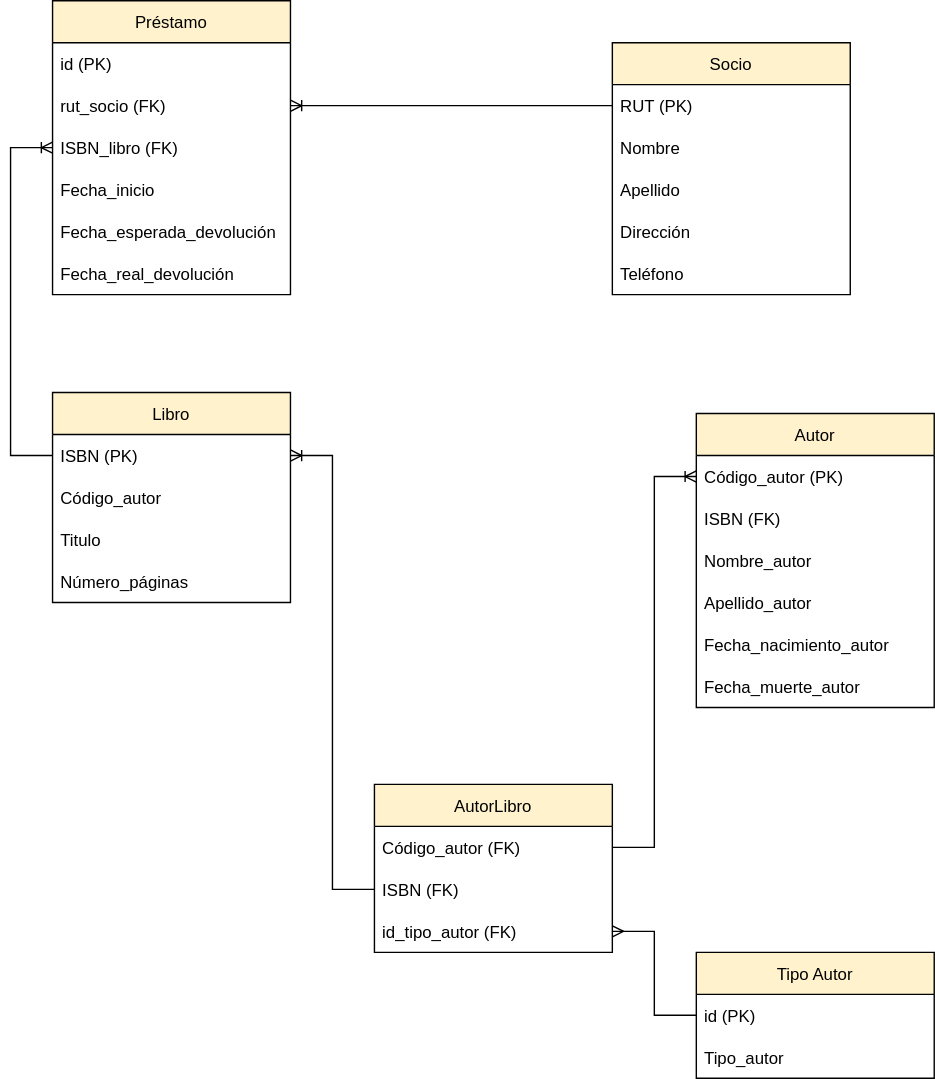
KarQuis/M5---Prueba keeps this draw.io diagram as Biblioteca1-2-3.drawio.svg. Above is the earlier version. Source tidied: cells renumbered, new cells last; positions are measured from the earlier drawing's top-left corner, leaving out a move shared by most shapes. Source of this version:
```xml
<mxGraphModel>
  <root>
    <mxCell id="0" />
    <mxCell id="1" parent="0" />
    <mxCell id="2" value="Préstamo" style="swimlane;fontStyle=0;horizontal=1;startSize=30;fillColor=#FFF2CC;" parent="1" vertex="1">
      <mxGeometry x="30" width="170" height="210" as="geometry" />
    </mxCell>
    <mxCell id="3" value="id (PK)" style="text;strokeColor=none;fillColor=none;align=left;verticalAlign=middle;spacingLeft=4;spacingRight=4;overflow=hidden;" parent="2" vertex="1">
      <mxGeometry y="30" width="170" height="30" as="geometry" />
    </mxCell>
    <mxCell id="4" value="rut_socio (FK)" style="text;strokeColor=none;fillColor=none;align=left;verticalAlign=middle;spacingLeft=4;spacingRight=4;overflow=hidden;points=[[0,0.5],[1,0.5]];portConstraint=eastwest;" parent="2" vertex="1">
      <mxGeometry y="60" width="170" height="30" as="geometry" />
    </mxCell>
    <mxCell id="5" value="ISBN_libro (FK)" style="text;strokeColor=none;fillColor=none;align=left;verticalAlign=middle;spacingLeft=4;spacingRight=4;overflow=hidden;points=[[0,0.5],[1,0.5]];portConstraint=eastwest;" parent="2" vertex="1">
      <mxGeometry y="90" width="170" height="30" as="geometry" />
    </mxCell>
    <mxCell id="6" value="Fecha_inicio" style="text;strokeColor=none;fillColor=none;align=left;verticalAlign=middle;spacingLeft=4;spacingRight=4;overflow=hidden;" parent="2" vertex="1">
      <mxGeometry y="120" width="170" height="30" as="geometry" />
    </mxCell>
    <mxCell id="7" value="Fecha_esperada_devolución" style="text;strokeColor=none;fillColor=none;align=left;verticalAlign=middle;spacingLeft=4;spacingRight=4;overflow=hidden;" parent="2" vertex="1">
      <mxGeometry y="150" width="170" height="30" as="geometry" />
    </mxCell>
    <mxCell id="8" value="Fecha_real_devolución" style="text;strokeColor=none;fillColor=none;align=left;verticalAlign=middle;spacingLeft=4;spacingRight=4;overflow=hidden;" parent="2" vertex="1">
      <mxGeometry y="180" width="170" height="30" as="geometry" />
    </mxCell>
    <mxCell id="9" value="Socio" style="swimlane;fontStyle=0;horizontal=1;startSize=30;fillColor=#FFF2CC;" parent="1" vertex="1">
      <mxGeometry x="430" y="30" width="170" height="180" as="geometry" />
    </mxCell>
    <mxCell id="10" value="RUT (PK)" style="text;strokeColor=none;fillColor=none;align=left;verticalAlign=middle;spacingLeft=4;spacingRight=4;overflow=hidden;points=[[0,0.5],[1,0.5]];portConstraint=eastwest;" parent="9" vertex="1">
      <mxGeometry y="30" width="170" height="30" as="geometry" />
    </mxCell>
    <mxCell id="11" value="Nombre" style="text;strokeColor=none;fillColor=none;align=left;verticalAlign=middle;spacingLeft=4;spacingRight=4;overflow=hidden;" parent="9" vertex="1">
      <mxGeometry y="60" width="170" height="30" as="geometry" />
    </mxCell>
    <mxCell id="12" value="Apellido" style="text;strokeColor=none;fillColor=none;align=left;verticalAlign=middle;spacingLeft=4;spacingRight=4;overflow=hidden;" parent="9" vertex="1">
      <mxGeometry y="90" width="170" height="30" as="geometry" />
    </mxCell>
    <mxCell id="13" value="Dirección" style="text;strokeColor=none;fillColor=none;align=left;verticalAlign=middle;spacingLeft=4;spacingRight=4;overflow=hidden;" parent="9" vertex="1">
      <mxGeometry y="120" width="170" height="30" as="geometry" />
    </mxCell>
    <mxCell id="14" value="Teléfono" style="text;strokeColor=none;fillColor=none;align=left;verticalAlign=middle;spacingLeft=4;spacingRight=4;overflow=hidden;" parent="9" vertex="1">
      <mxGeometry y="150" width="170" height="30" as="geometry" />
    </mxCell>
    <mxCell id="15" value="Libro" style="swimlane;fontStyle=0;horizontal=1;startSize=30;fillColor=#FFF2CC;" parent="1" vertex="1">
      <mxGeometry x="30" y="280" width="170" height="150" as="geometry" />
    </mxCell>
    <mxCell id="16" value="ISBN (PK)" style="text;strokeColor=none;fillColor=none;align=left;verticalAlign=middle;spacingLeft=4;spacingRight=4;overflow=hidden;points=[[0,0.5],[1,0.5]];portConstraint=eastwest;" parent="15" vertex="1">
      <mxGeometry y="30" width="170" height="30" as="geometry" />
    </mxCell>
    <mxCell id="17" value="Código_autor" style="text;strokeColor=none;fillColor=none;align=left;verticalAlign=middle;spacingLeft=4;spacingRight=4;overflow=hidden;" parent="15" vertex="1">
      <mxGeometry y="60" width="170" height="30" as="geometry" />
    </mxCell>
    <mxCell id="18" value="Titulo" style="text;strokeColor=none;fillColor=none;align=left;verticalAlign=middle;spacingLeft=4;spacingRight=4;overflow=hidden;" parent="15" vertex="1">
      <mxGeometry y="90" width="170" height="30" as="geometry" />
    </mxCell>
    <mxCell id="19" value="Número_páginas" style="text;strokeColor=none;fillColor=none;align=left;verticalAlign=middle;spacingLeft=4;spacingRight=4;overflow=hidden;" parent="15" vertex="1">
      <mxGeometry y="120" width="170" height="30" as="geometry" />
    </mxCell>
    <mxCell id="20" style="edgeStyle=entityRelationEdgeStyle;fontSize=12;html=1;endArrow=ERoneToMany;rounded=0;exitX=0;exitY=0.5;exitDx=0;exitDy=0;entryX=1;entryY=0.5;entryDx=0;entryDy=0;" parent="1" edge="1" source="10" target="4">
      <mxGeometry relative="1" as="geometry" />
    </mxCell>
    <mxCell id="21" style="fontSize=12;html=1;endArrow=ERoneToMany;rounded=0;exitX=0;exitY=0.5;exitDx=0;exitDy=0;entryX=0;entryY=0.5;entryDx=0;entryDy=0;edgeStyle=orthogonalEdgeStyle;" parent="1" edge="1" source="16" target="5">
      <mxGeometry relative="1" as="geometry">
        <Array as="points">
          <mxPoint y="325" />
          <mxPoint y="105" />
        </Array>
      </mxGeometry>
    </mxCell>
    <mxCell id="22" value="Autor" style="swimlane;fontStyle=0;horizontal=1;startSize=30;fillColor=#FFF2CC;" parent="1" vertex="1">
      <mxGeometry x="490" y="295" width="170" height="210" as="geometry" />
    </mxCell>
    <mxCell id="23" value="Código_autor (PK)" style="text;strokeColor=none;fillColor=none;align=left;verticalAlign=middle;spacingLeft=4;spacingRight=4;overflow=hidden;points=[[0,0.5],[1,0.5]];portConstraint=eastwest;" parent="22" vertex="1">
      <mxGeometry y="30" width="170" height="30" as="geometry" />
    </mxCell>
    <mxCell id="24" value="ISBN (FK)" style="text;strokeColor=none;fillColor=none;align=left;verticalAlign=middle;spacingLeft=4;spacingRight=4;overflow=hidden;" parent="22" vertex="1">
      <mxGeometry y="60" width="170" height="30" as="geometry" />
    </mxCell>
    <mxCell id="25" value="Nombre_autor" style="text;strokeColor=none;fillColor=none;align=left;verticalAlign=middle;spacingLeft=4;spacingRight=4;overflow=hidden;" parent="22" vertex="1">
      <mxGeometry y="90" width="170" height="30" as="geometry" />
    </mxCell>
    <mxCell id="26" value="Apellido_autor" style="text;strokeColor=none;fillColor=none;align=left;verticalAlign=middle;spacingLeft=4;spacingRight=4;overflow=hidden;" parent="22" vertex="1">
      <mxGeometry y="120" width="170" height="30" as="geometry" />
    </mxCell>
    <mxCell id="27" value="Fecha_nacimiento_autor" style="text;strokeColor=none;fillColor=none;align=left;verticalAlign=middle;spacingLeft=4;spacingRight=4;overflow=hidden;" parent="22" vertex="1">
      <mxGeometry y="150" width="170" height="30" as="geometry" />
    </mxCell>
    <mxCell id="28" value="Fecha_muerte_autor" style="text;strokeColor=none;fillColor=none;align=left;verticalAlign=middle;spacingLeft=4;spacingRight=4;overflow=hidden;" parent="22" vertex="1">
      <mxGeometry y="180" width="170" height="30" as="geometry" />
    </mxCell>
    <mxCell id="29" value="AutorLibro" style="swimlane;fontStyle=0;horizontal=1;startSize=30;fillColor=#FFF2CC;" parent="1" vertex="1">
      <mxGeometry x="260" y="560" width="170" height="120" as="geometry" />
    </mxCell>
    <mxCell id="30" value="Código_autor (FK)" style="text;strokeColor=none;fillColor=none;align=left;verticalAlign=middle;spacingLeft=4;spacingRight=4;overflow=hidden;points=[[0,0.5],[1,0.5]];portConstraint=eastwest;" parent="29" vertex="1">
      <mxGeometry y="30" width="170" height="30" as="geometry" />
    </mxCell>
    <mxCell id="31" value="ISBN (FK)" style="text;strokeColor=none;fillColor=none;align=left;verticalAlign=middle;spacingLeft=4;spacingRight=4;overflow=hidden;points=[[0,0.5],[1,0.5]];portConstraint=eastwest;" parent="29" vertex="1">
      <mxGeometry y="60" width="170" height="30" as="geometry" />
    </mxCell>
    <mxCell id="32" value="id_tipo_autor (FK)" style="text;strokeColor=none;fillColor=none;align=left;verticalAlign=middle;spacingLeft=4;spacingRight=4;overflow=hidden;points=[[0,0.5],[1,0.5]];portConstraint=eastwest;" parent="29" vertex="1">
      <mxGeometry y="90" width="170" height="30" as="geometry" />
    </mxCell>
    <mxCell id="33" style="edgeStyle=entityRelationEdgeStyle;fontSize=12;html=1;endArrow=ERoneToMany;rounded=0;exitX=1;exitY=0.5;exitDx=0;exitDy=0;entryX=0;entryY=0.5;entryDx=0;entryDy=0;" parent="1" edge="1" source="30" target="23">
      <mxGeometry relative="1" as="geometry" />
    </mxCell>
    <mxCell id="34" style="edgeStyle=entityRelationEdgeStyle;fontSize=12;html=1;endArrow=ERoneToMany;rounded=0;exitX=0;exitY=0.5;exitDx=0;exitDy=0;entryX=1;entryY=0.5;entryDx=0;entryDy=0;" parent="1" edge="1" source="31" target="16">
      <mxGeometry relative="1" as="geometry" />
    </mxCell>
    <mxCell id="35" value="Tipo Autor" style="swimlane;fontStyle=0;horizontal=1;startSize=30;fillColor=#FFF2CC;" parent="1" vertex="1">
      <mxGeometry x="490" y="680" width="170" height="90" as="geometry" />
    </mxCell>
    <mxCell id="36" value="id (PK)" style="text;strokeColor=none;fillColor=none;align=left;verticalAlign=middle;spacingLeft=4;spacingRight=4;overflow=hidden;" parent="35" vertex="1">
      <mxGeometry y="30" width="170" height="30" as="geometry" />
    </mxCell>
    <mxCell id="37" value="Tipo_autor" style="text;strokeColor=none;fillColor=none;align=left;verticalAlign=middle;spacingLeft=4;spacingRight=4;overflow=hidden;" parent="35" vertex="1">
      <mxGeometry y="60" width="170" height="30" as="geometry" />
    </mxCell>
    <mxCell id="38" style="edgeStyle=entityRelationEdgeStyle;fontSize=12;html=1;endArrow=ERmany;rounded=0;exitX=0;exitY=0.5;exitDx=0;exitDy=0;entryX=1;entryY=0.5;entryDx=0;entryDy=0;" parent="1" edge="1" source="35" target="32">
      <mxGeometry relative="1" as="geometry" />
    </mxCell>
  </root>
</mxGraphModel>
```
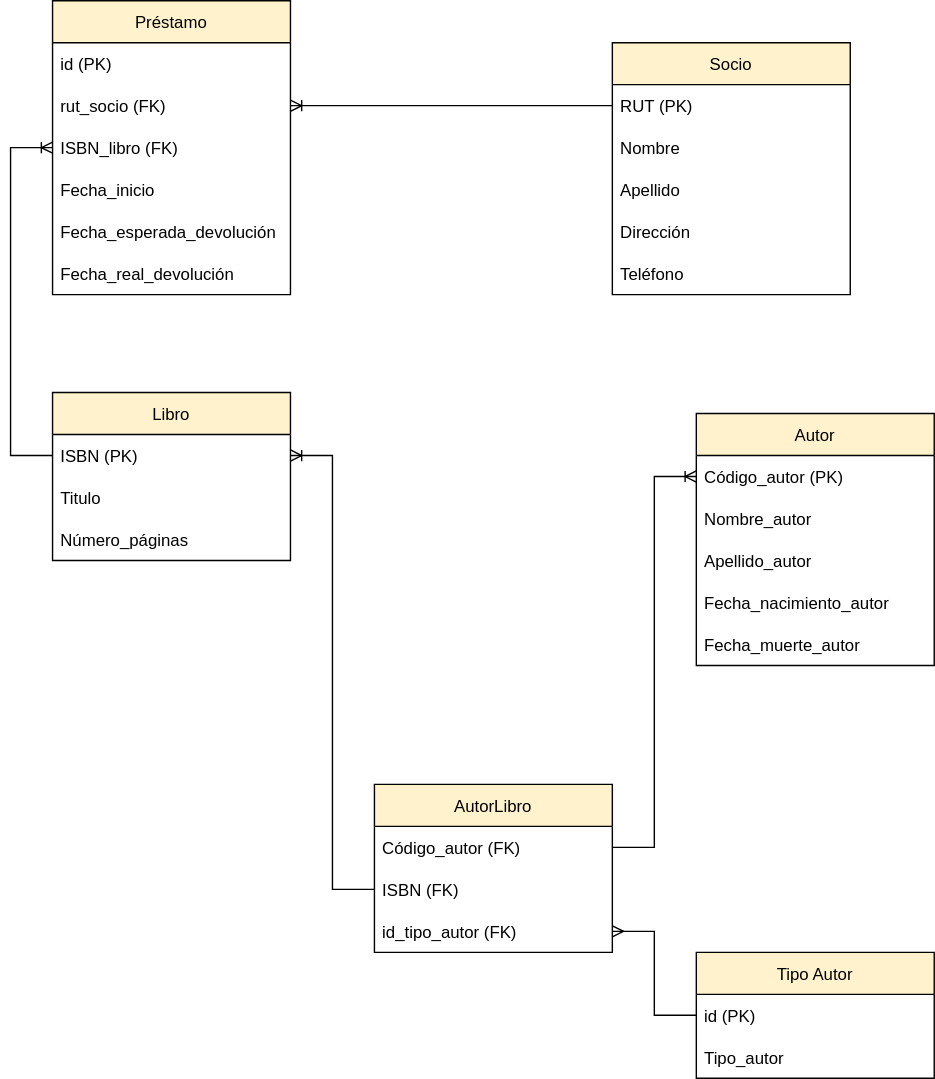
After the change.

Commit message:
Modelo Lógico - 3FN

The edit, as a diff of the source:
```diff
@@ -42,19 +42,16 @@
       <mxGeometry y="150" width="170" height="30" as="geometry" />
     </mxCell>
     <mxCell id="15" value="Libro" style="swimlane;fontStyle=0;horizontal=1;startSize=30;fillColor=#FFF2CC;" parent="1" vertex="1">
-      <mxGeometry x="30" y="280" width="170" height="150" as="geometry" />
+      <mxGeometry x="30" y="280" width="170" height="120" as="geometry" />
     </mxCell>
     <mxCell id="16" value="ISBN (PK)" style="text;strokeColor=none;fillColor=none;align=left;verticalAlign=middle;spacingLeft=4;spacingRight=4;overflow=hidden;points=[[0,0.5],[1,0.5]];portConstraint=eastwest;" parent="15" vertex="1">
       <mxGeometry y="30" width="170" height="30" as="geometry" />
     </mxCell>
-    <mxCell id="17" value="Código_autor" style="text;strokeColor=none;fillColor=none;align=left;verticalAlign=middle;spacingLeft=4;spacingRight=4;overflow=hidden;" parent="15" vertex="1">
-      <mxGeometry y="60" width="170" height="30" as="geometry" />
-    </mxCell>
     <mxCell id="18" value="Titulo" style="text;strokeColor=none;fillColor=none;align=left;verticalAlign=middle;spacingLeft=4;spacingRight=4;overflow=hidden;" parent="15" vertex="1">
-      <mxGeometry y="90" width="170" height="30" as="geometry" />
+      <mxGeometry y="60" width="170" height="30" as="geometry" />
     </mxCell>
     <mxCell id="19" value="Número_páginas" style="text;strokeColor=none;fillColor=none;align=left;verticalAlign=middle;spacingLeft=4;spacingRight=4;overflow=hidden;" parent="15" vertex="1">
-      <mxGeometry y="120" width="170" height="30" as="geometry" />
+      <mxGeometry y="90" width="170" height="30" as="geometry" />
     </mxCell>
     <mxCell id="20" style="edgeStyle=entityRelationEdgeStyle;fontSize=12;html=1;endArrow=ERoneToMany;rounded=0;exitX=0;exitY=0.5;exitDx=0;exitDy=0;entryX=1;entryY=0.5;entryDx=0;entryDy=0;" parent="1" edge="1" source="10" target="4">
       <mxGeometry relative="1" as="geometry" />
@@ -68,25 +65,22 @@
       </mxGeometry>
     </mxCell>
     <mxCell id="22" value="Autor" style="swimlane;fontStyle=0;horizontal=1;startSize=30;fillColor=#FFF2CC;" parent="1" vertex="1">
-      <mxGeometry x="490" y="295" width="170" height="210" as="geometry" />
+      <mxGeometry x="490" y="295" width="170" height="180" as="geometry" />
     </mxCell>
     <mxCell id="23" value="Código_autor (PK)" style="text;strokeColor=none;fillColor=none;align=left;verticalAlign=middle;spacingLeft=4;spacingRight=4;overflow=hidden;points=[[0,0.5],[1,0.5]];portConstraint=eastwest;" parent="22" vertex="1">
       <mxGeometry y="30" width="170" height="30" as="geometry" />
     </mxCell>
-    <mxCell id="24" value="ISBN (FK)" style="text;strokeColor=none;fillColor=none;align=left;verticalAlign=middle;spacingLeft=4;spacingRight=4;overflow=hidden;" parent="22" vertex="1">
-      <mxGeometry y="60" width="170" height="30" as="geometry" />
-    </mxCell>
     <mxCell id="25" value="Nombre_autor" style="text;strokeColor=none;fillColor=none;align=left;verticalAlign=middle;spacingLeft=4;spacingRight=4;overflow=hidden;" parent="22" vertex="1">
-      <mxGeometry y="90" width="170" height="30" as="geometry" />
+      <mxGeometry y="60" width="170" height="30" as="geometry" />
     </mxCell>
     <mxCell id="26" value="Apellido_autor" style="text;strokeColor=none;fillColor=none;align=left;verticalAlign=middle;spacingLeft=4;spacingRight=4;overflow=hidden;" parent="22" vertex="1">
-      <mxGeometry y="120" width="170" height="30" as="geometry" />
+      <mxGeometry y="90" width="170" height="30" as="geometry" />
     </mxCell>
     <mxCell id="27" value="Fecha_nacimiento_autor" style="text;strokeColor=none;fillColor=none;align=left;verticalAlign=middle;spacingLeft=4;spacingRight=4;overflow=hidden;" parent="22" vertex="1">
-      <mxGeometry y="150" width="170" height="30" as="geometry" />
+      <mxGeometry y="120" width="170" height="30" as="geometry" />
     </mxCell>
     <mxCell id="28" value="Fecha_muerte_autor" style="text;strokeColor=none;fillColor=none;align=left;verticalAlign=middle;spacingLeft=4;spacingRight=4;overflow=hidden;" parent="22" vertex="1">
-      <mxGeometry y="180" width="170" height="30" as="geometry" />
+      <mxGeometry y="150" width="170" height="30" as="geometry" />
     </mxCell>
     <mxCell id="29" value="AutorLibro" style="swimlane;fontStyle=0;horizontal=1;startSize=30;fillColor=#FFF2CC;" parent="1" vertex="1">
       <mxGeometry x="260" y="560" width="170" height="120" as="geometry" />
```
